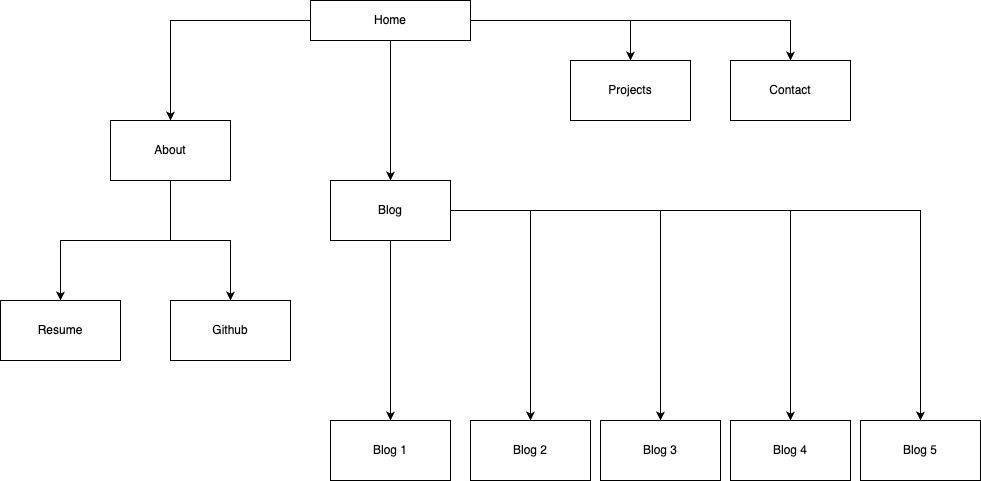
This is SiteMap.png from tiffanyv185/T1A2-Portfolio, a draw.io export, as it was before one commit. Source tidied: cells renumbered, new cells last; positions are measured from the earlier drawing's top-left corner, leaving out a move shared by most shapes. The source it was exported from:
```xml
<mxGraphModel>
  <root>
    <mxCell id="0" />
    <mxCell id="1" parent="0" />
    <mxCell id="2" style="edgeStyle=orthogonalEdgeStyle;rounded=0;jettySize=auto;html=1;" parent="1" edge="1" source="6" target="10">
      <mxGeometry relative="1" as="geometry" />
    </mxCell>
    <mxCell id="3" style="edgeStyle=orthogonalEdgeStyle;rounded=0;jettySize=auto;html=1;" parent="1" edge="1" source="6" target="16">
      <mxGeometry relative="1" as="geometry" />
    </mxCell>
    <mxCell id="4" style="edgeStyle=orthogonalEdgeStyle;rounded=0;jettySize=auto;html=1;" parent="1" edge="1" source="6" target="18">
      <mxGeometry relative="1" as="geometry" />
    </mxCell>
    <mxCell id="5" style="edgeStyle=orthogonalEdgeStyle;rounded=0;jettySize=auto;html=1;" parent="1" edge="1" source="6" target="21">
      <mxGeometry relative="1" as="geometry" />
    </mxCell>
    <mxCell id="6" style="rounded=0;whiteSpace=wrap;html=1;" parent="1" vertex="1">
      <mxGeometry x="310" width="160" height="40" as="geometry" />
    </mxCell>
    <mxCell id="7" value="Home" style="text;html=1;align=center;verticalAlign=middle;whiteSpace=wrap;rounded=0;" parent="1" vertex="1">
      <mxGeometry x="360" y="5" width="60" height="30" as="geometry" />
    </mxCell>
    <mxCell id="8" style="edgeStyle=orthogonalEdgeStyle;rounded=0;jettySize=auto;html=1;" parent="1" edge="1" source="10" target="19">
      <mxGeometry relative="1" as="geometry" />
    </mxCell>
    <mxCell id="9" style="edgeStyle=orthogonalEdgeStyle;rounded=0;jettySize=auto;html=1;" parent="1" edge="1" source="10" target="20">
      <mxGeometry relative="1" as="geometry" />
    </mxCell>
    <mxCell id="10" value="About" style="whiteSpace=wrap;html=1;rounded=0;" parent="1" vertex="1">
      <mxGeometry x="110" y="120" width="120" height="60" as="geometry" />
    </mxCell>
    <mxCell id="11" style="edgeStyle=orthogonalEdgeStyle;rounded=0;jettySize=auto;html=1;" parent="1" edge="1" source="16" target="17">
      <mxGeometry relative="1" as="geometry" />
    </mxCell>
    <mxCell id="12" style="edgeStyle=orthogonalEdgeStyle;rounded=0;jettySize=auto;html=1;" parent="1" edge="1" source="16" target="22">
      <mxGeometry relative="1" as="geometry" />
    </mxCell>
    <mxCell id="13" style="edgeStyle=orthogonalEdgeStyle;rounded=0;jettySize=auto;html=1;" parent="1" edge="1" source="16" target="23">
      <mxGeometry relative="1" as="geometry" />
    </mxCell>
    <mxCell id="14" style="edgeStyle=orthogonalEdgeStyle;rounded=0;jettySize=auto;html=1;" parent="1" edge="1" source="16" target="24">
      <mxGeometry relative="1" as="geometry" />
    </mxCell>
    <mxCell id="15" style="edgeStyle=orthogonalEdgeStyle;rounded=0;jettySize=auto;html=1;" parent="1" edge="1" source="16" target="25">
      <mxGeometry relative="1" as="geometry" />
    </mxCell>
    <mxCell id="16" value="Blog" style="whiteSpace=wrap;html=1;rounded=0;" parent="1" vertex="1">
      <mxGeometry x="330" y="180" width="120" height="60" as="geometry" />
    </mxCell>
    <mxCell id="17" value="Blog 1" style="whiteSpace=wrap;html=1;rounded=0;" parent="1" vertex="1">
      <mxGeometry x="330" y="420" width="120" height="60" as="geometry" />
    </mxCell>
    <mxCell id="18" value="Contact" style="whiteSpace=wrap;html=1;rounded=0;" parent="1" vertex="1">
      <mxGeometry x="730" y="60" width="120" height="60" as="geometry" />
    </mxCell>
    <mxCell id="19" value="Resume" style="whiteSpace=wrap;html=1;rounded=0;" parent="1" vertex="1">
      <mxGeometry y="300" width="120" height="60" as="geometry" />
    </mxCell>
    <mxCell id="20" value="Github" style="whiteSpace=wrap;html=1;rounded=0;" parent="1" vertex="1">
      <mxGeometry x="170" y="300" width="120" height="60" as="geometry" />
    </mxCell>
    <mxCell id="21" value="Projects" style="whiteSpace=wrap;html=1;rounded=0;" parent="1" vertex="1">
      <mxGeometry x="570" y="60" width="120" height="60" as="geometry" />
    </mxCell>
    <mxCell id="22" value="Blog 2" style="whiteSpace=wrap;html=1;rounded=0;" parent="1" vertex="1">
      <mxGeometry x="470" y="420" width="120" height="60" as="geometry" />
    </mxCell>
    <mxCell id="23" value="Blog 3" style="whiteSpace=wrap;html=1;rounded=0;" parent="1" vertex="1">
      <mxGeometry x="600" y="420" width="120" height="60" as="geometry" />
    </mxCell>
    <mxCell id="24" value="Blog 4" style="whiteSpace=wrap;html=1;rounded=0;" parent="1" vertex="1">
      <mxGeometry x="730" y="420" width="120" height="60" as="geometry" />
    </mxCell>
    <mxCell id="25" value="Blog 5" style="whiteSpace=wrap;html=1;rounded=0;" parent="1" vertex="1">
      <mxGeometry x="860" y="420" width="120" height="60" as="geometry" />
    </mxCell>
  </root>
</mxGraphModel>
```
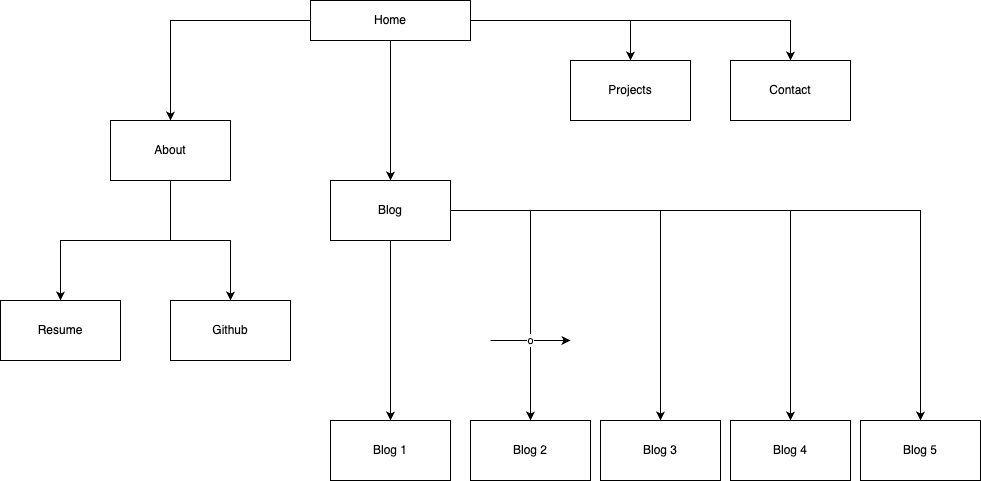
After the change.

Commit message:
added desktop home page wireframe

The edit, as a diff of the source:
```diff
@@ -74,5 +74,11 @@
     <mxCell id="25" value="Blog 5" style="whiteSpace=wrap;html=1;rounded=0;" parent="1" vertex="1">
       <mxGeometry x="860" y="420" width="120" height="60" as="geometry" />
     </mxCell>
+    <mxCell id="26" value="o" style="edgeStyle=none;orthogonalLoop=1;jettySize=auto;html=1;rounded=0;" parent="1" edge="1">
+      <mxGeometry relative="1" as="geometry">
+        <mxPoint x="490" y="340" as="sourcePoint" />
+        <mxPoint x="570" y="340" as="targetPoint" />
+      </mxGeometry>
+    </mxCell>
   </root>
 </mxGraphModel>
```
